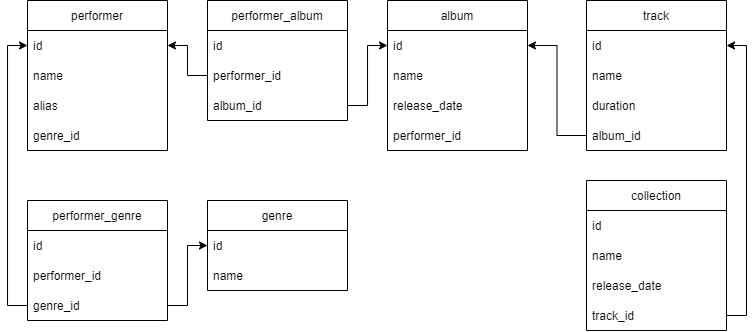
Before: visual_scheme_base_v2.png, a diagram exported from draw.io (Fmndkn/SQL_task). Source tidied: cells renumbered, new cells last; positions are measured from the earlier drawing's top-left corner, leaving out a move shared by most shapes.
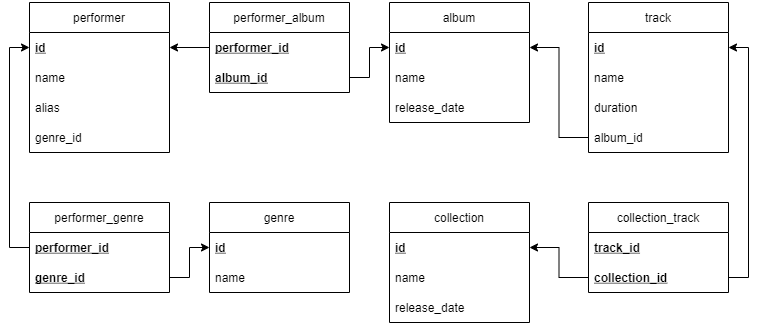
After the commit.

Diff of the diagram source:
```diff
@@ -5,7 +5,7 @@
     <mxCell id="2" value="performer" style="swimlane;fontStyle=0;horizontal=1;startSize=30;" parent="1" vertex="1">
       <mxGeometry width="140" height="150" as="geometry" />
     </mxCell>
-    <mxCell id="3" value="id" style="text;strokeColor=none;fillColor=none;align=left;verticalAlign=middle;spacingLeft=4;spacingRight=4;overflow=hidden;points=[[0,0.5],[1,0.5]];portConstraint=eastwest;" parent="2" vertex="1">
+    <mxCell id="3" value="id" style="text;strokeColor=none;fillColor=none;align=left;verticalAlign=middle;spacingLeft=4;spacingRight=4;overflow=hidden;points=[[0,0.5],[1,0.5]];portConstraint=eastwest;fontStyle=5;" parent="2" vertex="1">
       <mxGeometry y="30" width="140" height="30" as="geometry" />
     </mxCell>
     <mxCell id="4" value="name" style="text;strokeColor=none;fillColor=none;align=left;verticalAlign=middle;spacingLeft=4;spacingRight=4;overflow=hidden;" parent="2" vertex="1">
@@ -18,9 +18,9 @@
       <mxGeometry y="120" width="140" height="30" as="geometry" />
     </mxCell>
     <mxCell id="7" value="album" style="swimlane;fontStyle=0;horizontal=1;startSize=30;" parent="1" vertex="1">
-      <mxGeometry x="360" width="140" height="150" as="geometry" />
+      <mxGeometry x="360" width="140" height="120" as="geometry" />
     </mxCell>
-    <mxCell id="8" value="id" style="text;strokeColor=none;fillColor=none;align=left;verticalAlign=middle;spacingLeft=4;spacingRight=4;overflow=hidden;points=[[0,0.5],[1,0.5]];portConstraint=eastwest;" parent="7" vertex="1">
+    <mxCell id="8" value="id" style="text;strokeColor=none;fillColor=none;align=left;verticalAlign=middle;spacingLeft=4;spacingRight=4;overflow=hidden;points=[[0,0.5],[1,0.5]];portConstraint=eastwest;fontStyle=5;" parent="7" vertex="1">
       <mxGeometry y="30" width="140" height="30" as="geometry" />
     </mxCell>
     <mxCell id="9" value="name" style="text;strokeColor=none;fillColor=none;align=left;verticalAlign=middle;spacingLeft=4;spacingRight=4;overflow=hidden;" parent="7" vertex="1">
@@ -29,13 +29,10 @@
     <mxCell id="10" value="release_date" style="text;strokeColor=none;fillColor=none;align=left;verticalAlign=middle;spacingLeft=4;spacingRight=4;overflow=hidden;" parent="7" vertex="1">
       <mxGeometry y="90" width="140" height="30" as="geometry" />
     </mxCell>
-    <mxCell id="11" value="performer_id" style="text;strokeColor=none;fillColor=none;align=left;verticalAlign=middle;spacingLeft=4;spacingRight=4;overflow=hidden;" parent="7" vertex="1">
-      <mxGeometry y="120" width="140" height="30" as="geometry" />
-    </mxCell>
     <mxCell id="12" value="genre" style="swimlane;fontStyle=0;horizontal=1;startSize=30;" parent="1" vertex="1">
       <mxGeometry x="180" y="200" width="140" height="90" as="geometry" />
     </mxCell>
-    <mxCell id="13" value="id" style="text;strokeColor=none;fillColor=none;align=left;verticalAlign=middle;spacingLeft=4;spacingRight=4;overflow=hidden;points=[[0,0.5],[1,0.5]];portConstraint=eastwest;" parent="12" vertex="1">
+    <mxCell id="13" value="id" style="text;strokeColor=none;fillColor=none;align=left;verticalAlign=middle;spacingLeft=4;spacingRight=4;overflow=hidden;points=[[0,0.5],[1,0.5]];portConstraint=eastwest;fontStyle=5;" parent="12" vertex="1">
       <mxGeometry y="30" width="140" height="30" as="geometry" />
     </mxCell>
     <mxCell id="14" value="name" style="text;strokeColor=none;fillColor=none;align=left;verticalAlign=middle;spacingLeft=4;spacingRight=4;overflow=hidden;" parent="12" vertex="1">
@@ -44,7 +41,7 @@
     <mxCell id="15" value="track" style="swimlane;fontStyle=0;horizontal=1;startSize=30;" parent="1" vertex="1">
       <mxGeometry x="559" width="140" height="150" as="geometry" />
     </mxCell>
-    <mxCell id="16" value="id" style="text;strokeColor=none;fillColor=none;align=left;verticalAlign=middle;spacingLeft=4;spacingRight=4;overflow=hidden;points=[[0,0.5],[1,0.5]];portConstraint=eastwest;" parent="15" vertex="1">
+    <mxCell id="16" value="id" style="text;strokeColor=none;fillColor=none;align=left;verticalAlign=middle;spacingLeft=4;spacingRight=4;overflow=hidden;points=[[0,0.5],[1,0.5]];portConstraint=eastwest;fontStyle=5;" parent="15" vertex="1">
       <mxGeometry y="30" width="140" height="30" as="geometry" />
     </mxCell>
     <mxCell id="17" value="name" style="text;strokeColor=none;fillColor=none;align=left;verticalAlign=middle;spacingLeft=4;spacingRight=4;overflow=hidden;" parent="15" vertex="1">
@@ -60,9 +57,9 @@
       <mxGeometry relative="1" as="geometry" />
     </mxCell>
     <mxCell id="21" value="collection" style="swimlane;fontStyle=0;horizontal=1;startSize=30;" parent="1" vertex="1">
-      <mxGeometry x="559" y="180" width="140" height="150" as="geometry" />
+      <mxGeometry x="360" y="200" width="140" height="120" as="geometry" />
     </mxCell>
-    <mxCell id="22" value="id" style="text;strokeColor=none;fillColor=none;align=left;verticalAlign=middle;spacingLeft=4;spacingRight=4;overflow=hidden;points=[[0,0.5],[1,0.5]];portConstraint=eastwest;" parent="21" vertex="1">
+    <mxCell id="22" value="id" style="text;strokeColor=none;fillColor=none;align=left;verticalAlign=middle;spacingLeft=4;spacingRight=4;overflow=hidden;points=[[0,0.5],[1,0.5]];portConstraint=eastwest;fontStyle=5;" parent="21" vertex="1">
       <mxGeometry y="30" width="140" height="30" as="geometry" />
     </mxCell>
     <mxCell id="23" value="name" style="text;strokeColor=none;fillColor=none;align=left;verticalAlign=middle;spacingLeft=4;spacingRight=4;overflow=hidden;" parent="21" vertex="1">
@@ -71,20 +68,14 @@
     <mxCell id="24" value="release_date" style="text;strokeColor=none;fillColor=none;align=left;verticalAlign=middle;spacingLeft=4;spacingRight=4;overflow=hidden;" parent="21" vertex="1">
       <mxGeometry y="90" width="140" height="30" as="geometry" />
     </mxCell>
-    <mxCell id="25" value="track_id" style="text;strokeColor=none;fillColor=none;align=left;verticalAlign=middle;spacingLeft=4;spacingRight=4;overflow=hidden;points=[[0,0.5],[1,0.5]];portConstraint=eastwest;" parent="21" vertex="1">
-      <mxGeometry y="120" width="140" height="30" as="geometry" />
-    </mxCell>
     <mxCell id="26" value="performer_album" style="swimlane;fontStyle=0;horizontal=1;startSize=30;" parent="1" vertex="1">
-      <mxGeometry x="180" width="140" height="120" as="geometry" />
+      <mxGeometry x="180" width="140" height="90" as="geometry" />
     </mxCell>
-    <mxCell id="27" value="id" style="text;strokeColor=none;fillColor=none;align=left;verticalAlign=middle;spacingLeft=4;spacingRight=4;overflow=hidden;" parent="26" vertex="1">
-      <mxGeometry y="30" width="140" height="30" as="geometry" />
-    </mxCell>
-    <mxCell id="28" value="performer_id" style="text;strokeColor=none;fillColor=none;align=left;verticalAlign=middle;spacingLeft=4;spacingRight=4;overflow=hidden;points=[[0,0.5],[1,0.5]];portConstraint=eastwest;" parent="26" vertex="1">
-      <mxGeometry y="60" width="140" height="30" as="geometry" />
+    <mxCell id="28" value="performer_id" style="text;strokeColor=none;fillColor=none;align=left;verticalAlign=middle;spacingLeft=4;spacingRight=4;overflow=hidden;points=[[0,0.5],[1,0.5]];portConstraint=eastwest;fontStyle=5;" parent="26" vertex="1">
+      <mxGeometry y="30" width="140" height="30" as="geometry" />
     </mxCell>
-    <mxCell id="29" value="album_id" style="text;strokeColor=none;fillColor=none;align=left;verticalAlign=middle;spacingLeft=4;spacingRight=4;overflow=hidden;points=[[0,0.5],[1,0.5]];portConstraint=eastwest;" parent="26" vertex="1">
-      <mxGeometry y="90" width="140" height="30" as="geometry" />
+    <mxCell id="29" value="album_id" style="text;strokeColor=none;fillColor=none;align=left;verticalAlign=middle;spacingLeft=4;spacingRight=4;overflow=hidden;points=[[0,0.5],[1,0.5]];portConstraint=eastwest;fontStyle=5;" parent="26" vertex="1">
+      <mxGeometry y="60" width="140" height="30" as="geometry" />
     </mxCell>
     <mxCell id="30" style="edgeStyle=orthogonalEdgeStyle;rounded=0;jettySize=auto;html=1;" parent="1" edge="1" source="28" target="3">
       <mxGeometry relative="1" as="geometry" />
@@ -92,31 +83,40 @@
     <mxCell id="31" style="edgeStyle=orthogonalEdgeStyle;rounded=0;jettySize=auto;html=1;" parent="1" edge="1" source="29" target="8">
       <mxGeometry relative="1" as="geometry" />
     </mxCell>
-    <mxCell id="32" style="edgeStyle=orthogonalEdgeStyle;rounded=0;jettySize=auto;html=1;entryX=1;entryY=0.5;entryDx=0;entryDy=0;" parent="1" edge="1" source="25" target="16">
-      <mxGeometry relative="1" as="geometry">
-        <Array as="points">
-          <mxPoint x="719" y="315" />
-          <mxPoint x="719" y="45" />
-        </Array>
-      </mxGeometry>
-    </mxCell>
     <mxCell id="33" value="performer_genre" style="swimlane;fontStyle=0;horizontal=1;startSize=30;" parent="1" vertex="1">
-      <mxGeometry y="200" width="140" height="120" as="geometry" />
+      <mxGeometry y="200" width="140" height="90" as="geometry" />
     </mxCell>
-    <mxCell id="34" value="id" style="text;strokeColor=none;fillColor=none;align=left;verticalAlign=middle;spacingLeft=4;spacingRight=4;overflow=hidden;" parent="33" vertex="1">
-      <mxGeometry y="30" width="140" height="30" as="geometry" />
-    </mxCell>
-    <mxCell id="35" value="performer_id" style="text;strokeColor=none;fillColor=none;align=left;verticalAlign=middle;spacingLeft=4;spacingRight=4;overflow=hidden;points=[[0,0.5],[1,0.5]];portConstraint=eastwest;" parent="33" vertex="1">
-      <mxGeometry y="60" width="140" height="30" as="geometry" />
+    <mxCell id="35" value="performer_id" style="text;strokeColor=none;fillColor=none;align=left;verticalAlign=middle;spacingLeft=4;spacingRight=4;overflow=hidden;points=[[0,0.5],[1,0.5]];portConstraint=eastwest;fontStyle=5;" parent="33" vertex="1">
+      <mxGeometry y="30" width="140" height="30" as="geometry" />
     </mxCell>
-    <mxCell id="36" value="genre_id" style="text;strokeColor=none;fillColor=none;align=left;verticalAlign=middle;spacingLeft=4;spacingRight=4;overflow=hidden;points=[[0,0.5],[1,0.5]];portConstraint=eastwest;" parent="33" vertex="1">
-      <mxGeometry y="90" width="140" height="30" as="geometry" />
+    <mxCell id="36" value="genre_id" style="text;strokeColor=none;fillColor=none;align=left;verticalAlign=middle;spacingLeft=4;spacingRight=4;overflow=hidden;points=[[0,0.5],[1,0.5]];portConstraint=eastwest;fontStyle=5;" parent="33" vertex="1">
+      <mxGeometry y="60" width="140" height="30" as="geometry" />
     </mxCell>
     <mxCell id="37" style="edgeStyle=orthogonalEdgeStyle;rounded=0;jettySize=auto;html=1;" parent="1" edge="1" source="36" target="13">
       <mxGeometry relative="1" as="geometry" />
     </mxCell>
-    <mxCell id="38" style="edgeStyle=orthogonalEdgeStyle;rounded=0;jettySize=auto;html=1;entryX=0;entryY=0.5;entryDx=0;entryDy=0;" parent="1" edge="1" source="36" target="3">
+    <mxCell id="38" style="edgeStyle=orthogonalEdgeStyle;rounded=0;jettySize=auto;html=1;entryX=0;entryY=0.5;entryDx=0;entryDy=0;exitX=0;exitY=0.5;exitDx=0;exitDy=0;" parent="1" edge="1" source="35" target="3">
       <mxGeometry relative="1" as="geometry" />
     </mxCell>
+    <mxCell id="39" value="collection_track" style="swimlane;fontStyle=0;horizontal=1;startSize=30;" parent="1" vertex="1">
+      <mxGeometry x="559" y="200" width="140" height="90" as="geometry" />
+    </mxCell>
+    <mxCell id="25" value="track_id" style="text;strokeColor=none;fillColor=none;align=left;verticalAlign=middle;spacingLeft=4;spacingRight=4;overflow=hidden;points=[[0,0.5],[1,0.5]];portConstraint=eastwest;fontStyle=5;" parent="39" vertex="1">
+      <mxGeometry y="30" width="140" height="30" as="geometry" />
+    </mxCell>
+    <mxCell id="40" value="collection_id" style="text;strokeColor=none;fillColor=none;align=left;verticalAlign=middle;spacingLeft=4;spacingRight=4;overflow=hidden;points=[[0,0.5],[1,0.5]];portConstraint=eastwest;fontStyle=5;" parent="39" vertex="1">
+      <mxGeometry y="60" width="140" height="30" as="geometry" />
+    </mxCell>
+    <mxCell id="41" style="edgeStyle=orthogonalEdgeStyle;rounded=0;jettySize=auto;html=1;entryX=1;entryY=0.5;entryDx=0;entryDy=0;" parent="1" edge="1" source="40" target="22">
+      <mxGeometry relative="1" as="geometry" />
+    </mxCell>
+    <mxCell id="32" style="edgeStyle=orthogonalEdgeStyle;rounded=0;jettySize=auto;html=1;entryX=1;entryY=0.5;entryDx=0;entryDy=0;exitX=1;exitY=0.5;exitDx=0;exitDy=0;" parent="1" edge="1" source="25" target="16">
+      <mxGeometry relative="1" as="geometry">
+        <Array as="points">
+          <mxPoint x="719" y="275" />
+          <mxPoint x="719" y="45" />
+        </Array>
+      </mxGeometry>
+    </mxCell>
   </root>
 </mxGraphModel>
```
